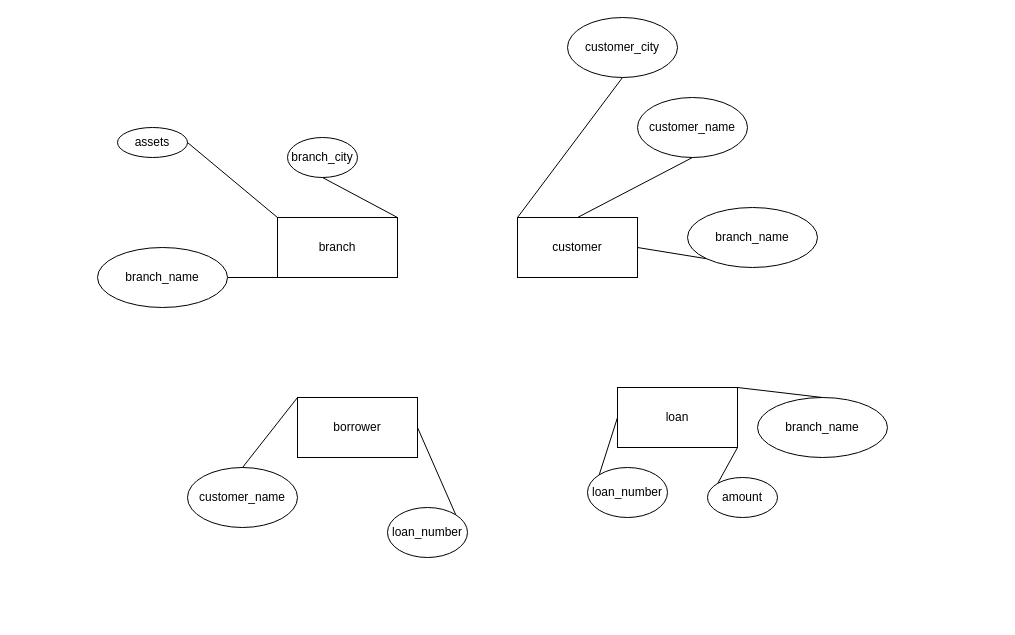
This is _drawio/bank0020.drawio from dead5hot/er_diagrams, a draw.io file, before an edit. Source tidied: cells renumbered, new cells numbered last; positions are measured from the earlier drawing's top-left corner, leaving out a move shared by most shapes. Both pictures are drawn from the tidied source at 100%, with x=0, y=0 at pixel (97, 17).
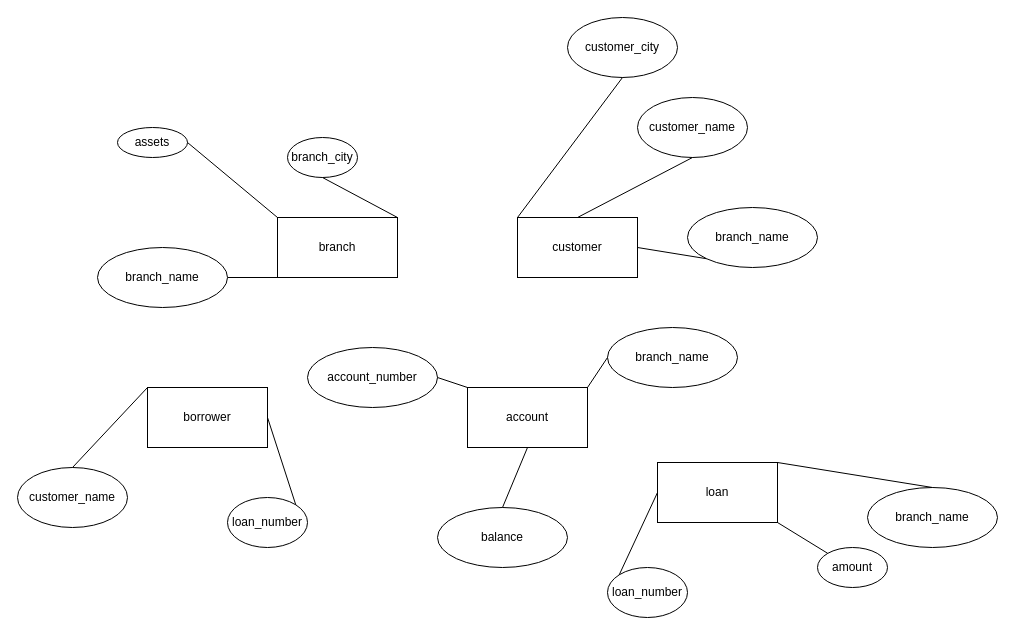
The same diagram, later.

Diff of the diagram source:
```diff
@@
     <mxCell id="4" value="loan" style="rounded=0;whiteSpace=wrap;html=1;" parent="1" vertex="1">
-      <mxGeometry x="520" y="370" width="120" height="60" as="geometry" />
+      <mxGeometry x="560" y="445" width="120" height="60" as="geometry" />
     </mxCell>
     <mxCell id="5" value="borrower" style="rounded=0;whiteSpace=wrap;html=1;" parent="1" vertex="1">
-      <mxGeometry x="200" y="380" width="120" height="60" as="geometry" />
+      <mxGeometry x="50" y="370" width="120" height="60" as="geometry" />
     </mxCell>
@@
     <mxCell id="7" value="amount" style="ellipse;whiteSpace=wrap;html=1;" parent="1" vertex="1">
-      <mxGeometry x="610" y="460" width="70" height="40" as="geometry" />
+      <mxGeometry x="720" y="530" width="70" height="40" as="geometry" />
     </mxCell>
     <mxCell id="8" value="loan_number" style="ellipse;whiteSpace=wrap;html=1;" parent="1" vertex="1">
-      <mxGeometry x="490" y="450" width="80" height="50" as="geometry" />
+      <mxGeometry x="510" y="550" width="80" height="50" as="geometry" />
     </mxCell>
     <mxCell id="9" value="branch_name" style="ellipse;whiteSpace=wrap;html=1;" parent="1" vertex="1">
-      <mxGeometry x="660" y="380" width="130" height="60" as="geometry" />
+      <mxGeometry x="770" y="470" width="130" height="60" as="geometry" />
     </mxCell>
@@
     <mxCell id="14" value="loan_number" style="ellipse;whiteSpace=wrap;html=1;" parent="1" vertex="1">
-      <mxGeometry x="290" y="490" width="80" height="50" as="geometry" />
+      <mxGeometry x="130" y="480" width="80" height="50" as="geometry" />
     </mxCell>
     <mxCell id="15" value="customer_name" style="ellipse;whiteSpace=wrap;html=1;" parent="1" vertex="1">
-      <mxGeometry x="90" y="450" width="110" height="60" as="geometry" />
+      <mxGeometry x="-80" y="450" width="110" height="60" as="geometry" />
     </mxCell>
@@
+    <mxCell id="28" value="account" style="rounded=0;whiteSpace=wrap;html=1;" parent="1" vertex="1">
+      <mxGeometry x="370" y="370" width="120" height="60" as="geometry" />
+    </mxCell>
+    <mxCell id="29" value="account_number" style="ellipse;whiteSpace=wrap;html=1;" parent="1" vertex="1">
+      <mxGeometry x="210" y="330" width="130" height="60" as="geometry" />
+    </mxCell>
+    <mxCell id="30" value="branch_name" style="ellipse;whiteSpace=wrap;html=1;" parent="1" vertex="1">
+      <mxGeometry x="510" y="310" width="130" height="60" as="geometry" />
+    </mxCell>
+    <mxCell id="31" value="balance" style="ellipse;whiteSpace=wrap;html=1;" parent="1" vertex="1">
+      <mxGeometry x="340" y="490" width="130" height="60" as="geometry" />
+    </mxCell>
+    <mxCell id="32" style="endArrow=none;html=1;rounded=0;entryX=0;entryY=0;entryDx=0;entryDy=0;exitX=1;exitY=0.5;exitDx=0;exitDy=0;" parent="1" edge="1" source="29" target="28">
+      <mxGeometry relative="1" as="geometry" />
+    </mxCell>
+    <mxCell id="33" style="endArrow=none;html=1;rounded=0;entryX=0;entryY=0.5;entryDx=0;entryDy=0;exitX=1;exitY=0;exitDx=0;exitDy=0;" parent="1" edge="1" source="28" target="30">
+      <mxGeometry relative="1" as="geometry" />
+    </mxCell>
+    <mxCell id="34" style="endArrow=none;html=1;rounded=0;exitX=0.5;exitY=0;exitDx=0;exitDy=0;entryX=0.5;entryY=1;entryDx=0;entryDy=0;" parent="1" edge="1" source="31" target="28">
+      <mxGeometry relative="1" as="geometry" />
+    </mxCell>
```
